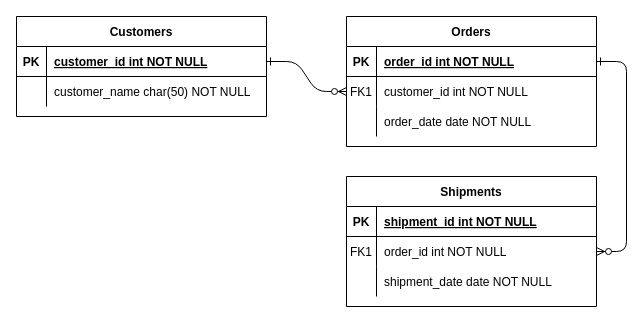
Before: DiagramaGlucoBalance.drawio in AGEJH/Portafolio-Ingeniero, a draw.io diagram. Source tidied: cells renumbered, new cells numbered last; positions are measured from the earlier drawing's top-left corner, leaving out a move shared by most shapes. Both pictures are drawn from the tidied source at 100%, with x=0, y=0 at pixel (16, 16).
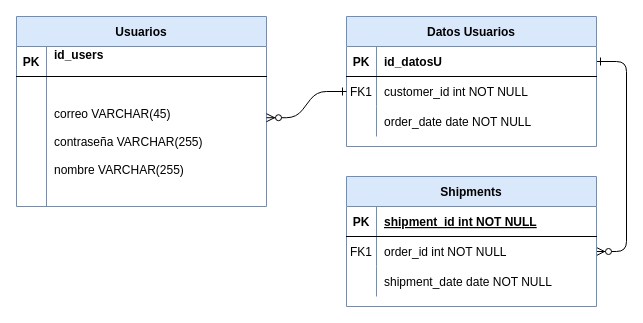
After the change.

Unchanged cells that the change refers to:
```xml
<mxCell id="5" style="shape=partialRectangle;fillColor=none;points=[[0,0.5],[1,0.5]];portConstraint=eastwest;top=0;left=0;right=0;bottom=1;" parent="4" vertex="1">
  <mxGeometry y="30" width="250" height="30" as="geometry" />
</mxCell>
<mxCell id="8" style="shape=partialRectangle;fillColor=none;points=[[0,0.5],[1,0.5]];portConstraint=eastwest;top=0;left=0;right=0;bottom=0;" parent="4" vertex="1">
  <mxGeometry y="60" width="250" height="30" as="geometry" />
</mxCell>
<mxCell id="25" style="shape=partialRectangle;fillColor=none;points=[[0,0.5],[1,0.5]];portConstraint=eastwest;top=0;left=0;right=0;bottom=1;" parent="24" vertex="1">
  <mxGeometry y="30" width="250" height="30" as="geometry" />
</mxCell>
```

Change to the diagram source:
```diff
@@
-    <mxCell id="2" style="edgeStyle=entityRelationEdgeStyle;endArrow=ERzeroToMany;startArrow=ERone;endFill=1;startFill=0;" parent="1" edge="1" source="25" target="8">
-      <mxGeometry relative="1" as="geometry" />
-    </mxCell>
@@
-    <mxCell id="4" value="Orders" style="shape=table;startSize=30;childLayout=tableLayout;rowLines=0;fontStyle=1;align=center;" parent="1" vertex="1">
+    <mxCell id="4" value="Datos Usuarios" style="shape=table;startSize=30;childLayout=tableLayout;rowLines=0;fontStyle=1;align=center;fillColor=#dae8fc;strokeColor=#6c8ebf;" parent="1" vertex="1">
       <mxGeometry x="330" width="250" height="130" as="geometry" />
     </mxCell>
@@
-    <mxCell id="7" value="order_id int NOT NULL " style="shape=partialRectangle;overflow=hidden;fillColor=none;top=0;left=0;bottom=0;right=0;align=left;spacingLeft=6;fontStyle=5;" parent="5" vertex="1">
+    <mxCell id="7" value="id_datosU" style="shape=partialRectangle;overflow=hidden;fillColor=none;top=0;left=0;bottom=0;right=0;align=left;spacingLeft=6;fontStyle=1;" parent="5" vertex="1">
       <mxGeometry x="30" width="220" height="30" as="geometry" />
     </mxCell>
@@
-    <mxCell id="14" value="Shipments" style="shape=table;startSize=30;childLayout=tableLayout;rowLines=0;fontStyle=1;align=center;" parent="1" vertex="1">
+    <mxCell id="14" value="Shipments" style="shape=table;startSize=30;childLayout=tableLayout;rowLines=0;fontStyle=1;align=center;fillColor=#dae8fc;strokeColor=#6c8ebf;" parent="1" vertex="1">
       <mxGeometry x="330" y="160" width="250" height="130" as="geometry" />
     </mxCell>
@@
-    <mxCell id="24" value="Customers" style="shape=table;startSize=30;childLayout=tableLayout;rowLines=0;fontStyle=1;align=center;" parent="1" vertex="1">
-      <mxGeometry width="250" height="100" as="geometry" />
+    <mxCell id="24" value="Usuarios" style="shape=table;startSize=30;childLayout=tableLayout;rowLines=0;fontStyle=1;align=center;fillColor=#dae8fc;strokeColor=#6c8ebf;" parent="1" vertex="1">
+      <mxGeometry width="250" height="190" as="geometry" />
     </mxCell>
@@
-    <mxCell id="27" value="customer_id int NOT NULL " style="shape=partialRectangle;overflow=hidden;fillColor=none;top=0;left=0;bottom=0;right=0;align=left;spacingLeft=6;fontStyle=5;" parent="25" vertex="1">
+    <mxCell id="27" value="id_users&#10;" style="shape=partialRectangle;overflow=hidden;fillColor=none;top=0;left=0;bottom=0;right=0;align=left;spacingLeft=6;fontStyle=1;" parent="25" vertex="1">
       <mxGeometry x="30" width="220" height="30" as="geometry" />
     </mxCell>
     <mxCell id="28" style="shape=partialRectangle;fillColor=none;points=[[0,0.5],[1,0.5]];portConstraint=eastwest;top=0;left=0;right=0;bottom=0;" parent="24" vertex="1">
-      <mxGeometry y="60" width="250" height="30" as="geometry" />
+      <mxGeometry y="60" width="250" height="130" as="geometry" />
     </mxCell>
     <mxCell id="29" style="shape=partialRectangle;overflow=hidden;fillColor=none;top=0;left=0;bottom=0;right=0;" parent="28" vertex="1">
-      <mxGeometry width="30" height="30" as="geometry" />
+      <mxGeometry width="30" height="130" as="geometry" />
     </mxCell>
-    <mxCell id="30" value="customer_name char(50) NOT NULL" style="shape=partialRectangle;overflow=hidden;fillColor=none;top=0;left=0;bottom=0;right=0;align=left;spacingLeft=6;" parent="28" vertex="1">
-      <mxGeometry x="30" width="220" height="30" as="geometry" />
+    <mxCell id="30" value="correo VARCHAR(45)&#10;&#10;contraseña VARCHAR(255)&#10;&#10;nombre VARCHAR(255)" style="shape=partialRectangle;overflow=hidden;fillColor=none;top=0;left=0;bottom=0;right=0;align=left;spacingLeft=6;" parent="28" vertex="1">
+      <mxGeometry x="30" width="220" height="130" as="geometry" />
     </mxCell>
+    <mxCell id="2" style="edgeStyle=entityRelationEdgeStyle;endArrow=ERzeroToMany;startArrow=ERone;endFill=1;startFill=0;entryX=1;entryY=0.317;entryDx=0;entryDy=0;entryPerimeter=0;exitX=0;exitY=0.5;exitDx=0;exitDy=0;" parent="1" edge="1" source="8" target="28">
+      <mxGeometry relative="1" as="geometry">
+        <Array as="points">
+          <mxPoint x="300" />
+          <mxPoint x="260" y="80" />
+        </Array>
+      </mxGeometry>
+    </mxCell>
```
